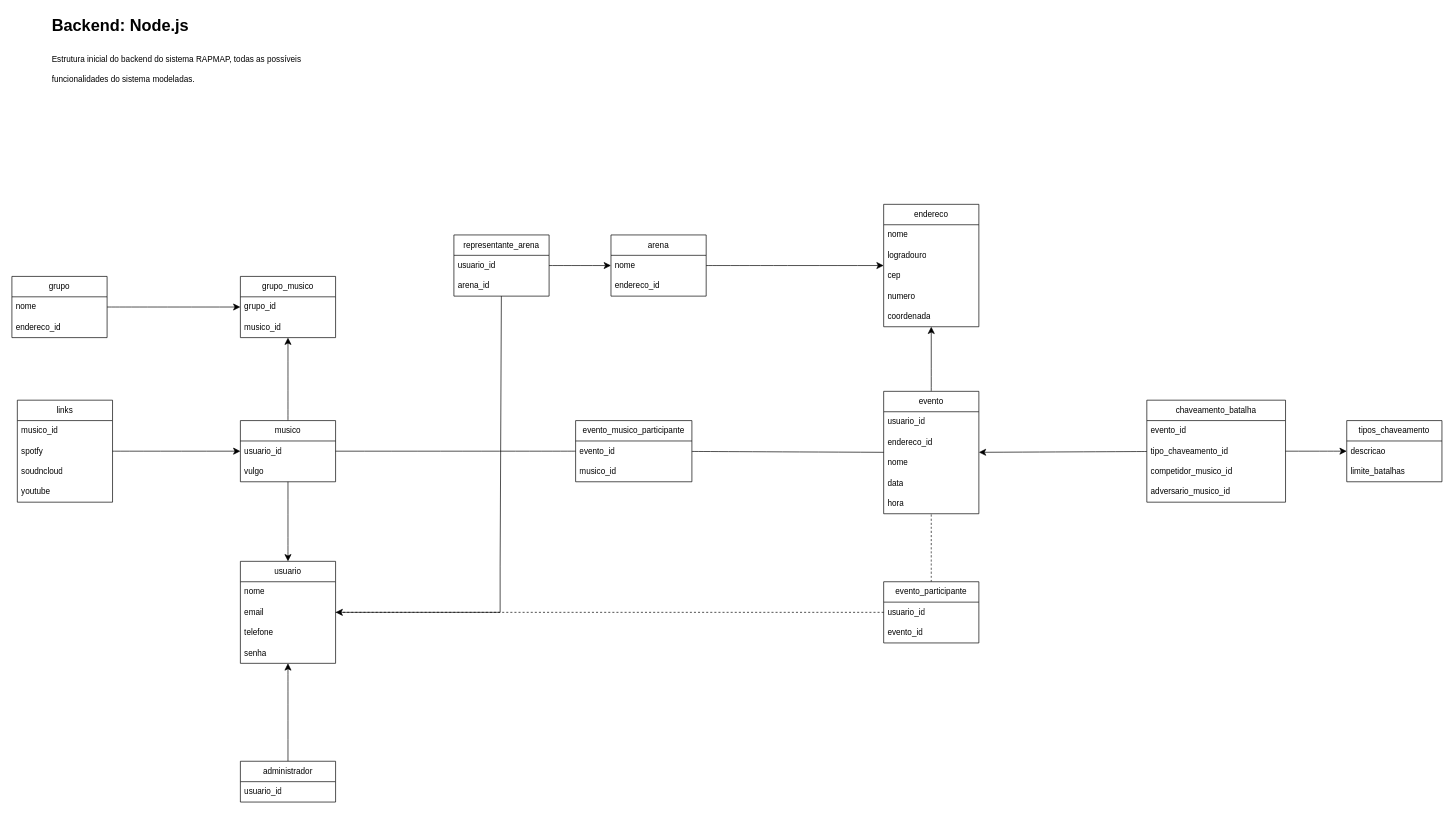
Above: visao_geral.drawio in r4pm4p/docs (draw.io), before the change. Source tidied: cells renumbered, new cells numbered last; positions are measured from the earlier drawing's top-left corner, leaving out a move shared by most shapes. Both pictures are drawn from the tidied source at 68%, with x=0, y=0 at pixel (12, 12).
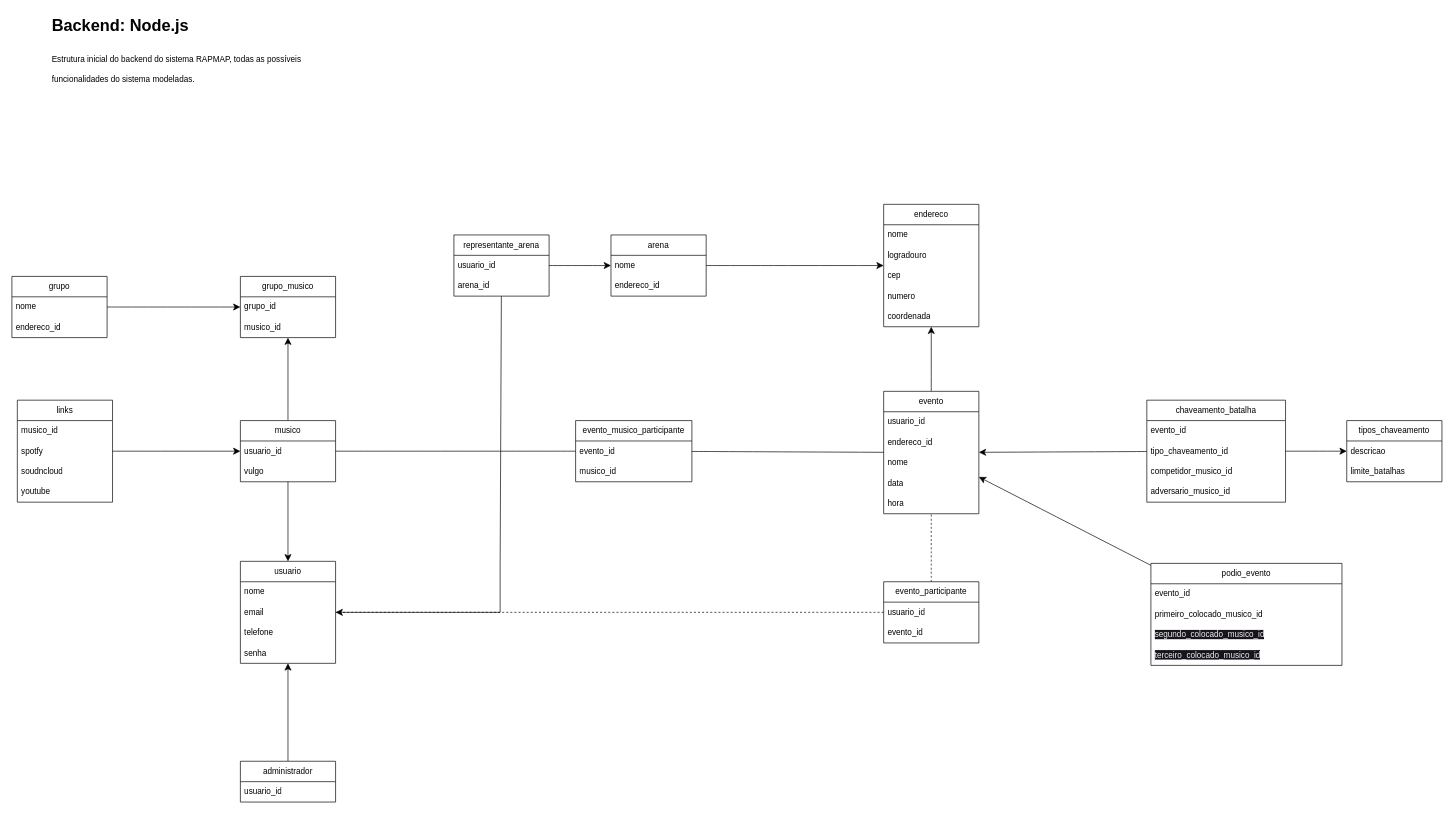
The same page after the edit.

Unchanged cells that the change refers to:
```xml
<mxCell id="25" value="evento" style="swimlane;fontStyle=0;horizontal=1;startSize=30;whiteSpace=wrap;html=1;" parent="1" vertex="1">
  <mxGeometry x="1282" y="558" width="140" height="180" as="geometry" />
</mxCell>
```

What changed in the source:
```diff
@@
+    <mxCell id="71" style="edgeStyle=none;curved=1;rounded=0;jettySize=auto;html=1;fontSize=12;startSize=8;endSize=8;" parent="1" edge="1" source="72" target="25">
+      <mxGeometry relative="1" as="geometry" />
+    </mxCell>
+    <mxCell id="72" value="podio_evento" style="swimlane;fontStyle=0;horizontal=1;startSize=30;whiteSpace=wrap;html=1;" parent="1" vertex="1">
+      <mxGeometry x="1675" y="811" width="281" height="150" as="geometry" />
+    </mxCell>
+    <mxCell id="73" value="evento_id" style="text;strokeColor=none;fillColor=none;align=left;verticalAlign=middle;spacingLeft=4;spacingRight=4;overflow=hidden;whiteSpace=wrap;html=1;" parent="72" vertex="1">
+      <mxGeometry y="30" width="281" height="30" as="geometry" />
+    </mxCell>
+    <mxCell id="74" value="primeiro_colocado_musico_id" style="text;strokeColor=none;fillColor=none;align=left;verticalAlign=middle;spacingLeft=4;spacingRight=4;overflow=hidden;whiteSpace=wrap;html=1;" parent="72" vertex="1">
+      <mxGeometry y="60" width="281" height="30" as="geometry" />
+    </mxCell>
+    <mxCell id="75" value="&lt;span style=&quot;color: rgb(240, 240, 240); font-family: Helvetica; font-size: 12px; font-style: normal; font-variant-ligatures: normal; font-variant-caps: normal; font-weight: 400; letter-spacing: normal; orphans: 2; text-align: left; text-indent: 0px; text-transform: none; widows: 2; word-spacing: 0px; -webkit-text-stroke-width: 0px; white-space: normal; background-color: rgb(24, 20, 29); text-decoration-thickness: initial; text-decoration-style: initial; text-decoration-color: initial; display: inline !important; float: none;&quot;&gt;segundo_colocado_musico_id&lt;/span&gt;" style="text;strokeColor=none;fillColor=none;align=left;verticalAlign=middle;spacingLeft=4;spacingRight=4;overflow=hidden;whiteSpace=wrap;html=1;" parent="72" vertex="1">
+      <mxGeometry y="90" width="281" height="30" as="geometry" />
+    </mxCell>
+    <mxCell id="76" value="&lt;span style=&quot;color: rgb(240, 240, 240); font-family: Helvetica; font-size: 12px; font-style: normal; font-variant-ligatures: normal; font-variant-caps: normal; font-weight: 400; letter-spacing: normal; orphans: 2; text-align: left; text-indent: 0px; text-transform: none; widows: 2; word-spacing: 0px; -webkit-text-stroke-width: 0px; white-space: normal; background-color: rgb(24, 20, 29); text-decoration-thickness: initial; text-decoration-style: initial; text-decoration-color: initial; display: inline !important; float: none;&quot;&gt;terceiro_colocado_musico_id&lt;/span&gt;" style="text;strokeColor=none;fillColor=none;align=left;verticalAlign=middle;spacingLeft=4;spacingRight=4;overflow=hidden;whiteSpace=wrap;html=1;" parent="72" vertex="1">
+      <mxGeometry y="120" width="281" height="30" as="geometry" />
+    </mxCell>
```
